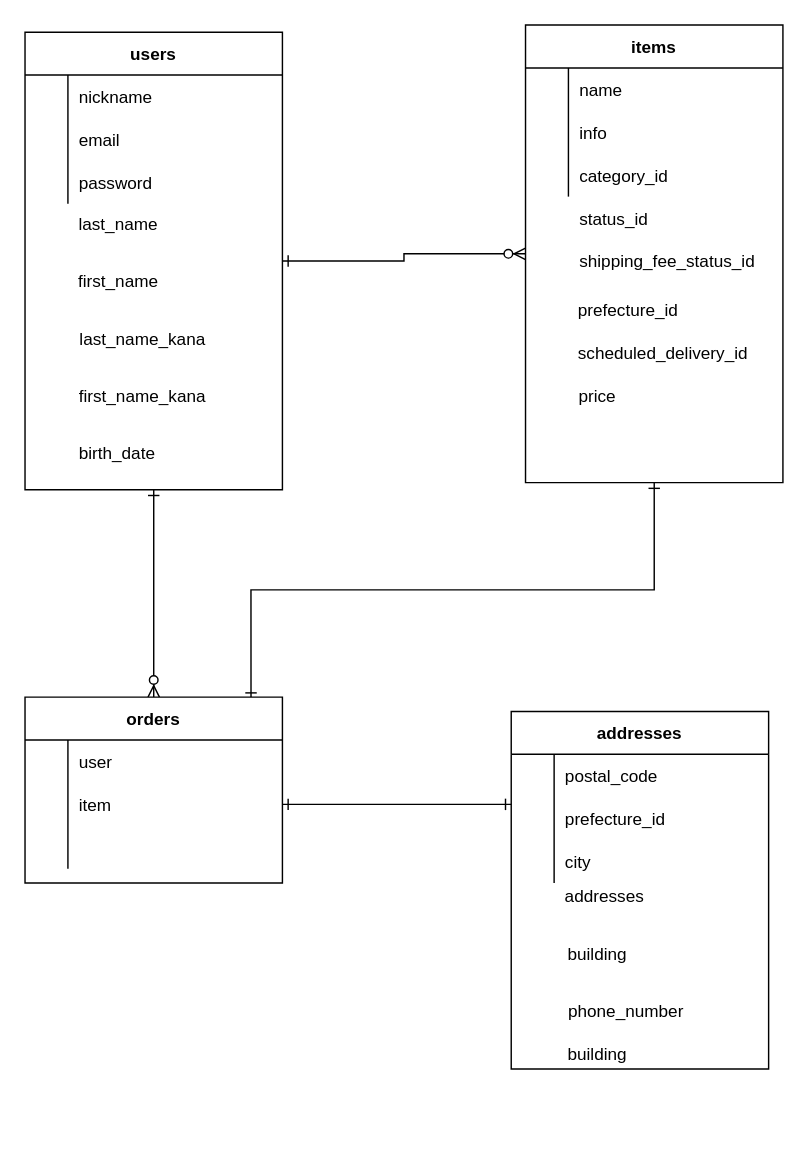
Before: furima.dio in tttooommmooo/furima-31547, a draw.io diagram. Source tidied: cells renumbered, new cells numbered last; positions are measured from the earlier drawing's top-left corner, leaving out a move shared by most shapes. Both pictures are drawn from the tidied source at 143%, with x=0, y=0 at pixel (24, 24).
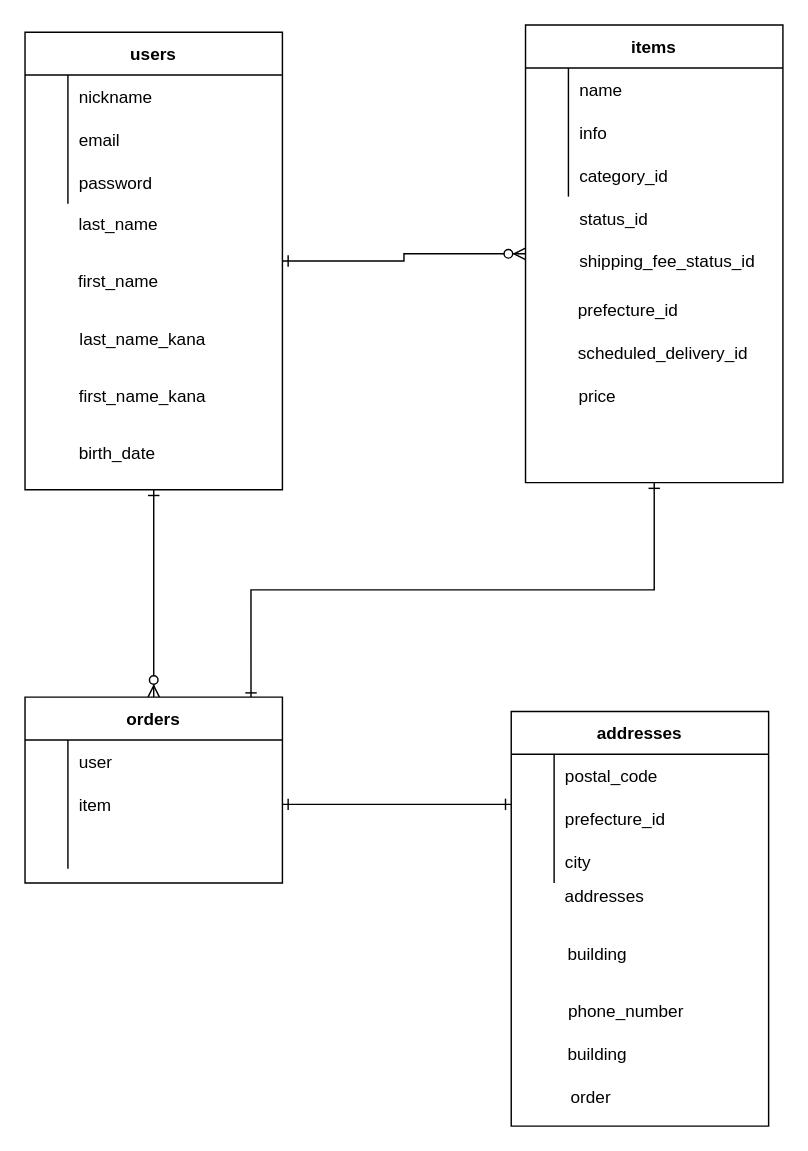
Above is the later version.

What changed in the source:
```diff
@@
     <mxCell id="35" value="addresses" style="shape=table;startSize=30;childLayout=tableLayout;rowLines=0;fontStyle=1;align=center;" parent="1" vertex="1">
-      <mxGeometry x="340" y="480" width="180" height="250" as="geometry" />
+      <mxGeometry x="340" y="480" width="180" height="290" as="geometry" />
     </mxCell>
@@
+    <mxCell id="60" value="order" style="text;html=1;align=left;verticalAlign=middle;" parent="1" vertex="1">
+      <mxGeometry x="380" y="740" width="40" height="20" as="geometry" />
+    </mxCell>
```
